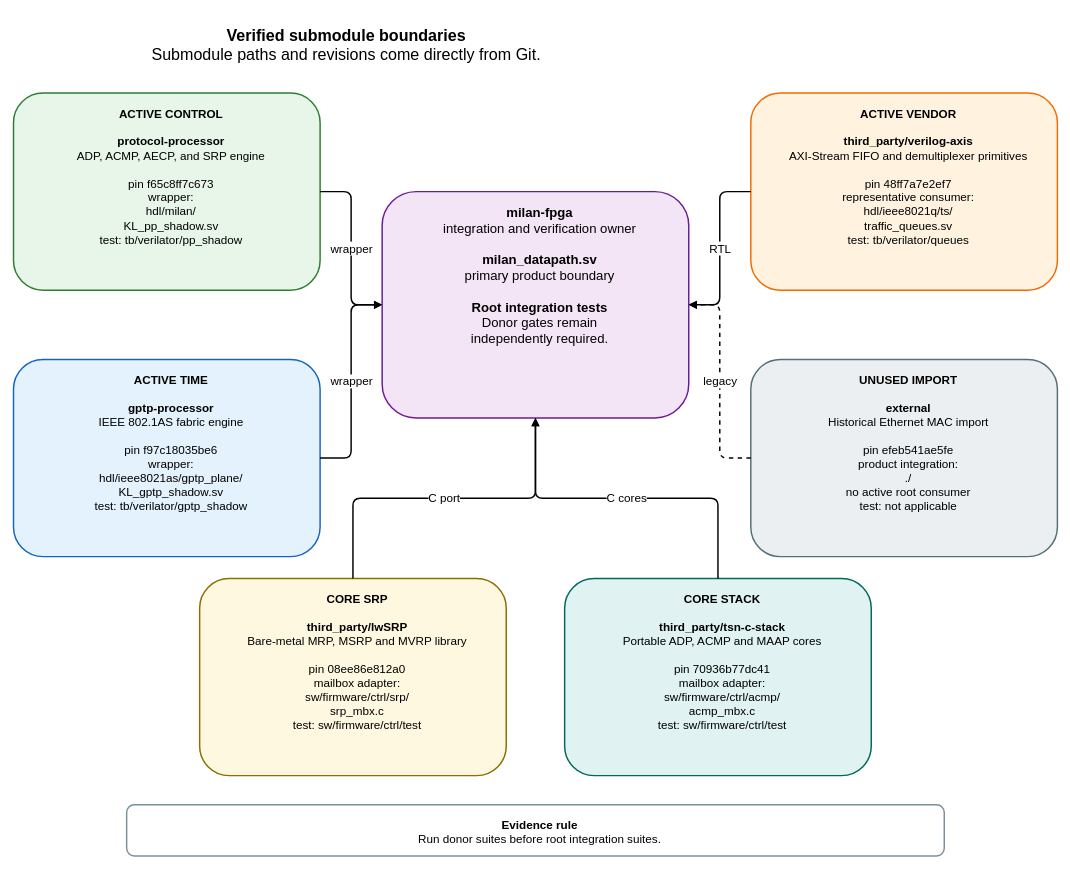
kebag-logic/milan-fpga keeps this draw.io diagram as docs/diagrams/submodule_boundaries.drawio. Above is the earlier version. Source tidied: cells renumbered, new cells numbered last; positions are measured from the earlier drawing's top-left corner, leaving out a move shared by most shapes. Both pictures are drawn from the tidied source at 73%, with x=0, y=0 at pixel (13, 12).
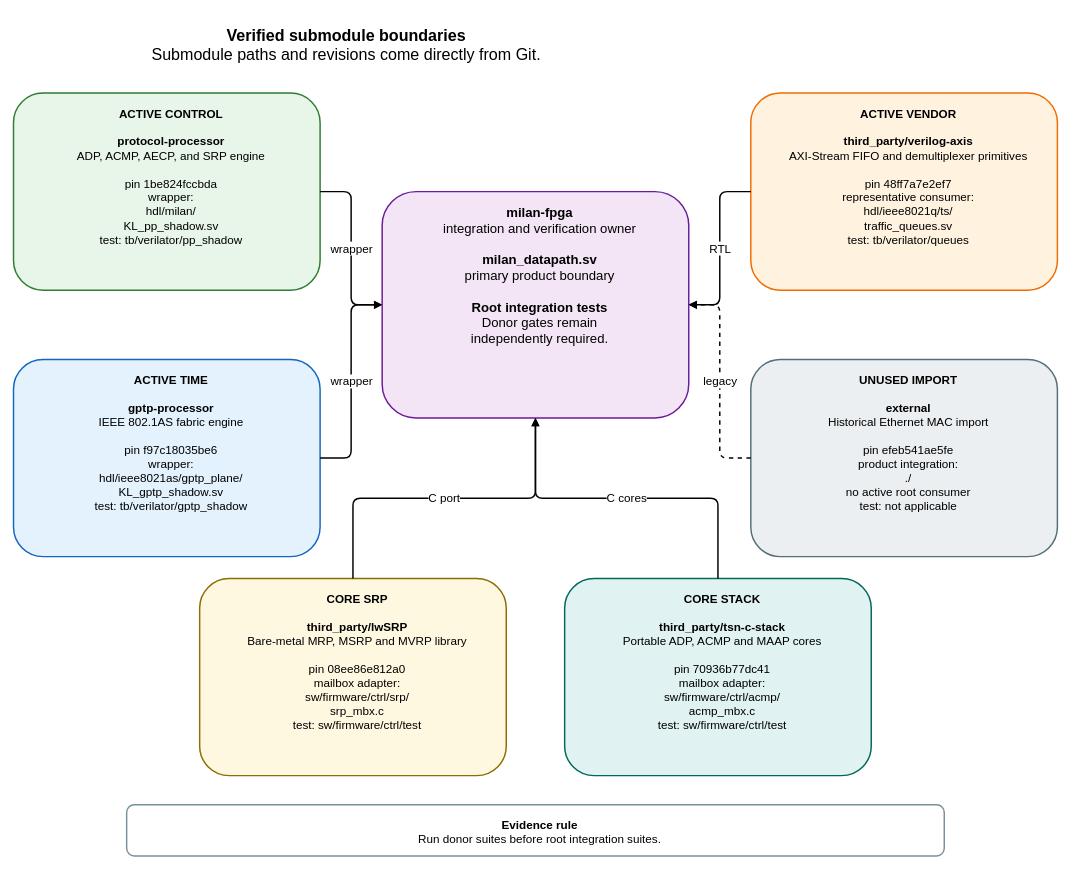
Above is the later version.

What changed in the source:
```diff
@@
 <mxGraphModel>
   <root>
     <mxCell id="0" />
     <mxCell id="1" parent="0" />
     <mxCell id="2" value="&lt;b&gt;Verified submodule boundaries&lt;/b&gt;&lt;br&gt;Submodule paths and revisions come directly from Git." style="rounded=1;whiteSpace=wrap;html=1;verticalAlign=top;spacingTop=12;spacingLeft=12;fontSize=22;fontFamily=Helvetica;fillColor=none;strokeColor=none;strokeWidth=2;" parent="1" vertex="1">
       <mxGeometry width="900" height="65" as="geometry" />
     </mxCell>
     <mxCell id="3" value="&lt;b&gt;milan-fpga&lt;/b&gt;&lt;br&gt;integration and verification owner&lt;br&gt;&lt;br&gt;&lt;b&gt;milan_datapath.sv&lt;/b&gt;&lt;br&gt;primary product boundary&lt;br&gt;&lt;br&gt;&lt;b&gt;Root integration tests&lt;/b&gt;&lt;br&gt;Donor gates remain&lt;br&gt;independently required." style="rounded=1;whiteSpace=wrap;html=1;verticalAlign=top;spacingTop=12;spacingLeft=12;fontSize=18;fontFamily=Helvetica;fillColor=#F3E5F5;strokeColor=#6A1B9A;strokeWidth=2;" parent="1" vertex="1">
       <mxGeometry x="505" y="245" width="420" height="310" as="geometry" />
     </mxCell>
-    <mxCell id="4" value="&lt;b&gt;ACTIVE CONTROL&lt;/b&gt;&lt;br&gt;&lt;br&gt;&lt;b&gt;protocol-processor&lt;/b&gt;&lt;br&gt;ADP, ACMP, AECP, and SRP engine&lt;br&gt;&lt;br&gt;pin f65c8ff7c673&lt;br&gt;wrapper:&lt;br&gt;hdl/milan/&lt;br&gt;KL_pp_shadow.sv&lt;br&gt;test: tb/verilator/pp_shadow" style="rounded=1;whiteSpace=wrap;html=1;verticalAlign=top;spacingTop=12;spacingLeft=12;fontSize=16;fontFamily=Helvetica;fillColor=#E8F5E9;strokeColor=#2E7D32;strokeWidth=2;" parent="1" vertex="1">
+    <mxCell id="4" value="&lt;b&gt;ACTIVE CONTROL&lt;/b&gt;&lt;br&gt;&lt;br&gt;&lt;b&gt;protocol-processor&lt;/b&gt;&lt;br&gt;ADP, ACMP, AECP, and SRP engine&lt;br&gt;&lt;br&gt;pin 1be824fccbda&lt;br&gt;wrapper:&lt;br&gt;hdl/milan/&lt;br&gt;KL_pp_shadow.sv&lt;br&gt;test: tb/verilator/pp_shadow" style="rounded=1;whiteSpace=wrap;html=1;verticalAlign=top;spacingTop=12;spacingLeft=12;fontSize=16;fontFamily=Helvetica;fillColor=#E8F5E9;strokeColor=#2E7D32;strokeWidth=2;" parent="1" vertex="1">
       <mxGeometry y="110" width="420" height="270" as="geometry" />
     </mxCell>
     <mxCell id="5" value="&lt;b&gt;ACTIVE TIME&lt;/b&gt;&lt;br&gt;&lt;br&gt;&lt;b&gt;gptp-processor&lt;/b&gt;&lt;br&gt;IEEE 802.1AS fabric engine&lt;br&gt;&lt;br&gt;pin f97c18035be6&lt;br&gt;wrapper:&lt;br&gt;hdl/ieee8021as/gptp_plane/&lt;br&gt;KL_gptp_shadow.sv&lt;br&gt;test: tb/verilator/gptp_shadow" style="rounded=1;whiteSpace=wrap;html=1;verticalAlign=top;spacingTop=12;spacingLeft=12;fontSize=16;fontFamily=Helvetica;fillColor=#E3F2FD;strokeColor=#1565C0;strokeWidth=2;" parent="1" vertex="1">
       <mxGeometry y="475" width="420" height="270" as="geometry" />
     </mxCell>
     <mxCell id="6" value="&lt;b&gt;ACTIVE VENDOR&lt;/b&gt;&lt;br&gt;&lt;br&gt;&lt;b&gt;third_party/verilog-axis&lt;/b&gt;&lt;br&gt;AXI-Stream FIFO and demultiplexer primitives&lt;br&gt;&lt;br&gt;pin 48ff7a7e2ef7&lt;br&gt;representative consumer:&lt;br&gt;hdl/ieee8021q/ts/&lt;br&gt;traffic_queues.sv&lt;br&gt;test: tb/verilator/queues" style="rounded=1;whiteSpace=wrap;html=1;verticalAlign=top;spacingTop=12;spacingLeft=12;fontSize=16;fontFamily=Helvetica;fillColor=#FFF3E0;strokeColor=#EF6C00;strokeWidth=2;" parent="1" vertex="1">
       <mxGeometry x="1010" y="110" width="420" height="270" as="geometry" />
     </mxCell>
     <mxCell id="7" value="&lt;b&gt;UNUSED IMPORT&lt;/b&gt;&lt;br&gt;&lt;br&gt;&lt;b&gt;external&lt;/b&gt;&lt;br&gt;Historical Ethernet MAC import&lt;br&gt;&lt;br&gt;pin efeb541ae5fe&lt;br&gt;product integration:&lt;br&gt;./&lt;br&gt;no active root consumer&lt;br&gt;test: not applicable" style="rounded=1;whiteSpace=wrap;html=1;verticalAlign=top;spacingTop=12;spacingLeft=12;fontSize=16;fontFamily=Helvetica;fillColor=#ECEFF1;strokeColor=#546E7A;strokeWidth=2;" parent="1" vertex="1">
       <mxGeometry x="1010" y="475" width="420" height="270" as="geometry" />
     </mxCell>
     <mxCell id="8" value="&lt;b&gt;CORE SRP&lt;/b&gt;&lt;br&gt;&lt;br&gt;&lt;b&gt;third_party/lwSRP&lt;/b&gt;&lt;br&gt;Bare-metal MRP, MSRP and MVRP library&lt;br&gt;&lt;br&gt;pin 08ee86e812a0&lt;br&gt;mailbox adapter:&lt;br&gt;sw/firmware/ctrl/srp/&lt;br&gt;srp_mbx.c&lt;br&gt;test: sw/firmware/ctrl/test" style="rounded=1;whiteSpace=wrap;html=1;verticalAlign=top;spacingTop=12;spacingLeft=12;fontSize=16;fontFamily=Helvetica;fillColor=#FFF8E1;strokeColor=#8D6E00;strokeWidth=2;" parent="1" vertex="1">
       <mxGeometry x="255" y="775" width="420" height="270" as="geometry" />
     </mxCell>
     <mxCell id="9" value="&lt;b&gt;CORE STACK&lt;/b&gt;&lt;br&gt;&lt;br&gt;&lt;b&gt;third_party/tsn-c-stack&lt;/b&gt;&lt;br&gt;Portable ADP, ACMP and MAAP cores&lt;br&gt;&lt;br&gt;pin 70936b77dc41&lt;br&gt;mailbox adapter:&lt;br&gt;sw/firmware/ctrl/acmp/&lt;br&gt;acmp_mbx.c&lt;br&gt;test: sw/firmware/ctrl/test" style="rounded=1;whiteSpace=wrap;html=1;verticalAlign=top;spacingTop=12;spacingLeft=12;fontSize=16;fontFamily=Helvetica;fillColor=#E0F2F1;strokeColor=#00695C;strokeWidth=2;" parent="1" vertex="1">
       <mxGeometry x="755" y="775" width="420" height="270" as="geometry" />
     </mxCell>
     <mxCell id="10" value="wrapper" style="edgeStyle=orthogonalEdgeStyle;rounded=1;jettySize=auto;html=1;endArrow=block;endFill=1;strokeWidth=2;fontSize=16;fontFamily=Helvetica;labelBackgroundColor=#FFFFFF;" parent="1" edge="1" source="4" target="3">
       <mxGeometry relative="1" as="geometry" />
     </mxCell>
     <mxCell id="11" value="wrapper" style="edgeStyle=orthogonalEdgeStyle;rounded=1;jettySize=auto;html=1;endArrow=block;endFill=1;strokeWidth=2;fontSize=16;fontFamily=Helvetica;labelBackgroundColor=#FFFFFF;" parent="1" edge="1" source="5" target="3">
       <mxGeometry relative="1" as="geometry" />
     </mxCell>
     <mxCell id="12" value="RTL" style="edgeStyle=orthogonalEdgeStyle;rounded=1;jettySize=auto;html=1;endArrow=block;endFill=1;strokeWidth=2;fontSize=16;fontFamily=Helvetica;labelBackgroundColor=#FFFFFF;" parent="1" edge="1" source="6" target="3">
       <mxGeometry relative="1" as="geometry" />
     </mxCell>
     <mxCell id="13" value="legacy" style="edgeStyle=orthogonalEdgeStyle;rounded=1;jettySize=auto;html=1;endArrow=block;endFill=1;strokeWidth=2;fontSize=16;fontFamily=Helvetica;labelBackgroundColor=#FFFFFF;dashed=1;" parent="1" edge="1" source="7" target="3">
       <mxGeometry relative="1" as="geometry" />
     </mxCell>
     <mxCell id="14" value="C port" style="edgeStyle=orthogonalEdgeStyle;rounded=1;jettySize=auto;html=1;endArrow=block;endFill=1;strokeWidth=2;fontSize=16;fontFamily=Helvetica;labelBackgroundColor=#FFFFFF;" parent="1" edge="1" source="8" target="3">
       <mxGeometry relative="1" as="geometry" />
     </mxCell>
     <mxCell id="15" value="C cores" style="edgeStyle=orthogonalEdgeStyle;rounded=1;jettySize=auto;html=1;endArrow=block;endFill=1;strokeWidth=2;fontSize=16;fontFamily=Helvetica;labelBackgroundColor=#FFFFFF;" parent="1" edge="1" source="9" target="3">
       <mxGeometry relative="1" as="geometry" />
     </mxCell>
     <mxCell id="16" value="&lt;b&gt;Evidence rule&lt;/b&gt;&lt;br&gt;Run donor suites before root integration suites." style="rounded=1;whiteSpace=wrap;html=1;verticalAlign=top;spacingTop=12;spacingLeft=12;fontSize=16;fontFamily=Helvetica;fillColor=#FFFFFF;strokeColor=#78909C;strokeWidth=2;" parent="1" vertex="1">
       <mxGeometry x="155" y="1085" width="1120" height="70" as="geometry" />
     </mxCell>
   </root>
 </mxGraphModel>
```
